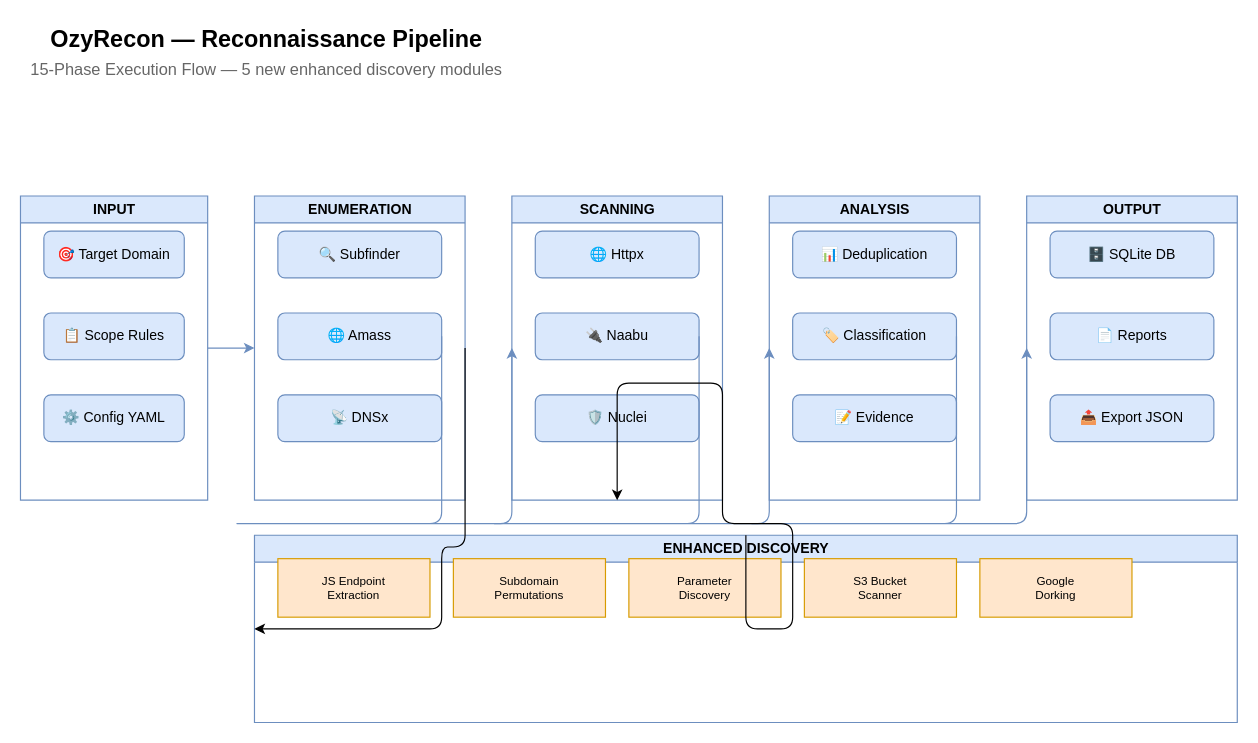
Haiagari/shinkiro keeps this draw.io diagram as docs/diagrams/pipeline-flow.drawio. Above is the earlier version. Source tidied: cells renumbered, new cells numbered last; positions are measured from the earlier drawing's top-left corner, leaving out a move shared by most shapes. Both pictures are drawn from the tidied source at 117%, with x=0, y=0 at pixel (20, 20).
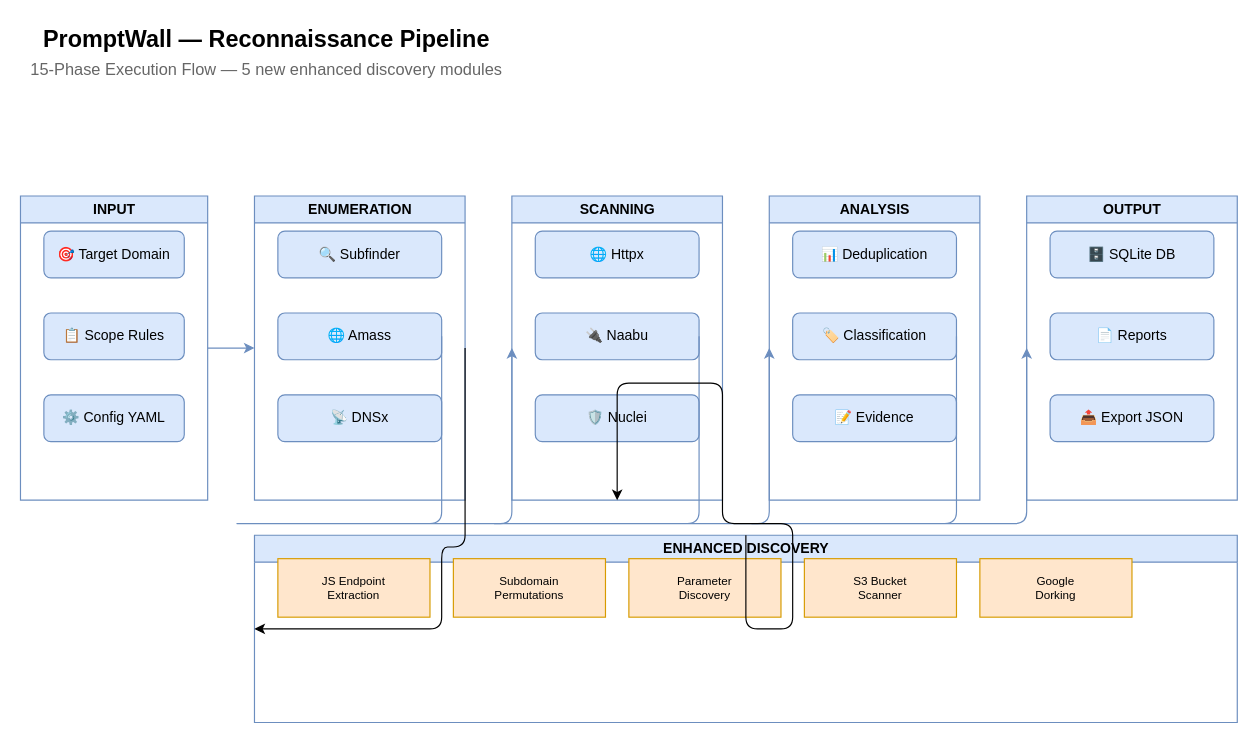
The same page after the edit.

The edit, as a diff of the source:
```diff
@@
-    <mxCell id="26" value="OzyRecon — Reconnaissance Pipeline" style="text;html=1;align=center;verticalAlign=middle;strokeColor=none;fillColor=none;fontSize=20;fontStyle=1;" parent="1" vertex="1">
+    <mxCell id="26" value="PromptWall — Reconnaissance Pipeline" style="text;html=1;align=center;verticalAlign=middle;strokeColor=none;fillColor=none;fontSize=20;fontStyle=1;" parent="1" vertex="1">
       <mxGeometry x="10" width="400" height="30" as="geometry" />
     </mxCell>
```
